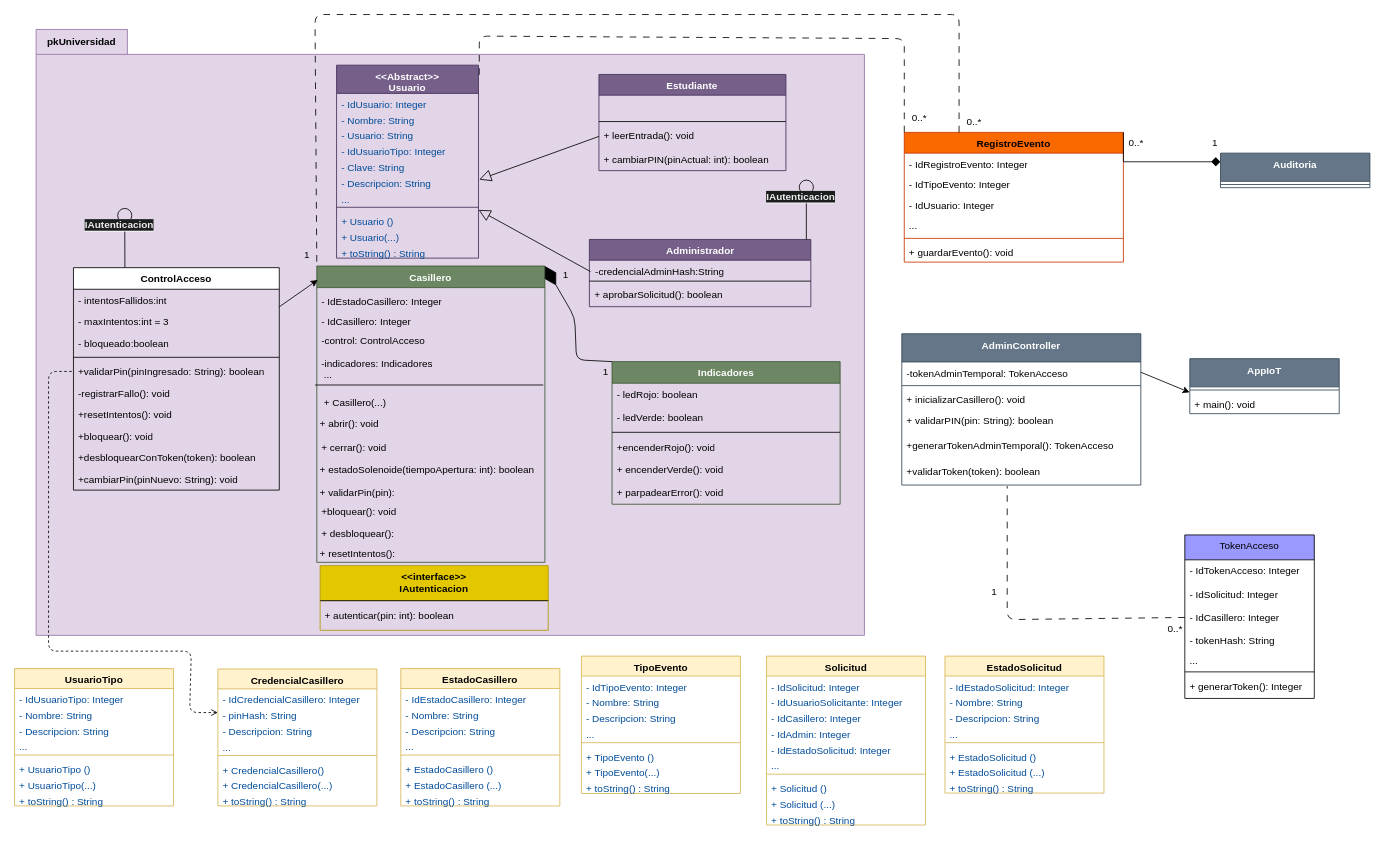
This is Design/02Diagramadeclase.drawio from Anthonio16/casilleroInteligente, a draw.io file, before an edit. Source tidied: cells renumbered, new cells numbered last; positions are measured from the earlier drawing's top-left corner, leaving out a move shared by most shapes. Both pictures are drawn from the tidied source at 83%, with x=0, y=0 at pixel (14, 14).
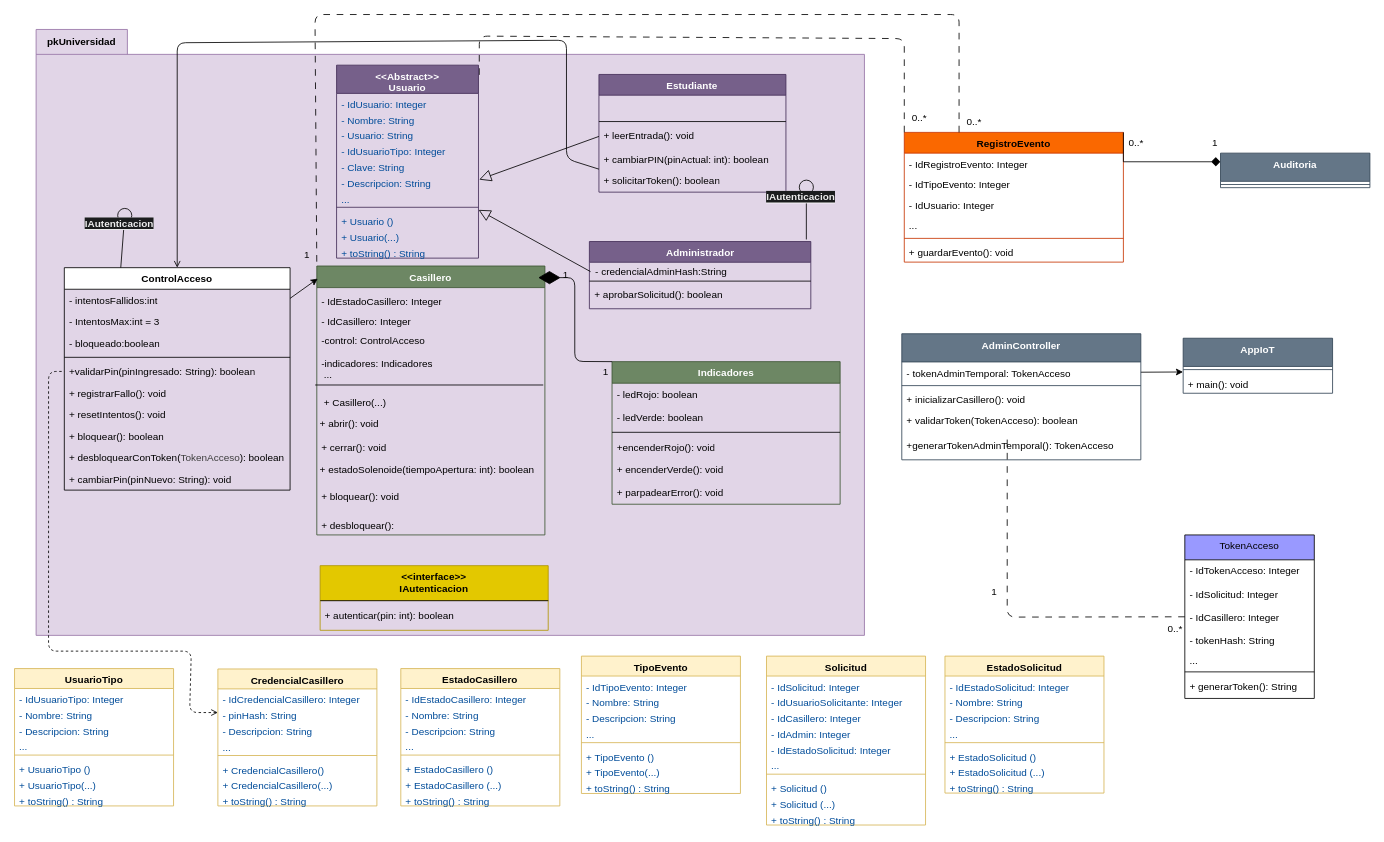
The same diagram, later.

Unchanged cells that the change refers to:
```xml
<mxCell id="22" value="TokenAcceso" style="swimlane;fontStyle=0;align=center;verticalAlign=top;horizontal=1;startSize=30;html=1;whiteSpace=wrap;fillColor=#9999FF;" parent="1" vertex="1">
  <mxGeometry x="1410" y="627" width="156" height="197" as="geometry" />
</mxCell>
<mxCell id="48" value="Indicadores" style="swimlane;fontStyle=1;align=center;verticalAlign=top;horizontal=1;startSize=26;whiteSpace=wrap;html=1;fillColor=#6d8764;strokeColor=#3A5431;fontColor=#ffffff;" parent="1" vertex="1">
  <mxGeometry x="719.9" y="418.2" width="274.8" height="171.8" as="geometry" />
</mxCell>
```

What changed in the source:
```diff
@@
     <mxCell id="3" value="&lt;div&gt;AppIoT&lt;/div&gt;" style="swimlane;fontStyle=1;align=center;verticalAlign=top;horizontal=1;startSize=34;whiteSpace=wrap;html=1;fillColor=#647687;strokeColor=#314354;fontColor=#ffffff;" parent="1" vertex="1">
-      <mxGeometry x="1416" y="414.6" width="180" height="66.3" as="geometry" />
+      <mxGeometry x="1408" y="390" width="180" height="66.3" as="geometry" />
     </mxCell>
@@
     <mxCell id="15" value="&lt;div&gt;AdminController&lt;/div&gt;" style="swimlane;fontStyle=1;align=center;verticalAlign=top;horizontal=1;startSize=34;whiteSpace=wrap;html=1;fillColor=#647687;strokeColor=#314354;fontColor=#ffffff;" parent="1" vertex="1">
-      <mxGeometry x="1069" y="384.6" width="288" height="182.3" as="geometry" />
+      <mxGeometry x="1069" y="384.6" width="288" height="151.9" as="geometry" />
     </mxCell>
-    <mxCell id="16" value="-tokenAdminTemporal: TokenAcceso" style="text;strokeColor=none;fillColor=none;align=left;verticalAlign=top;spacingLeft=4;spacingRight=4;overflow=hidden;points=[[0,0.5],[1,0.5]];portConstraint=eastwest;whiteSpace=wrap;html=1;" parent="15" vertex="1">
+    <mxCell id="16" value="- tokenAdminTemporal: TokenAcceso" style="text;strokeColor=none;fillColor=none;align=left;verticalAlign=top;spacingLeft=4;spacingRight=4;overflow=hidden;points=[[0,0.5],[1,0.5]];portConstraint=eastwest;whiteSpace=wrap;html=1;" parent="15" vertex="1">
       <mxGeometry y="34" width="288" height="24.7" as="geometry" />
     </mxCell>
@@
-    <mxCell id="19" value="+ validarPIN(pin: String): boolean" style="text;strokeColor=none;fillColor=none;align=left;verticalAlign=top;spacingLeft=4;spacingRight=4;overflow=hidden;whiteSpace=wrap;html=1;" parent="15" vertex="1">
-      <mxGeometry y="91.1" width="288" height="30.4" as="geometry" />
-    </mxCell>
+    <mxCell id="21" value="+ validarToken(TokenAcceso): boolean" style="text;strokeColor=none;fillColor=none;align=left;verticalAlign=top;spacingLeft=4;spacingRight=4;overflow=hidden;points=[[0,0.5],[1,0.5]];portConstraint=eastwest;whiteSpace=wrap;html=1;" parent="15" vertex="1">
+      <mxGeometry y="91.1" width="288" height="30.4" as="geometry" />
+    </mxCell>
@@
-    <mxCell id="21" value="+validarToken(token): boolean" style="text;strokeColor=none;fillColor=none;align=left;verticalAlign=top;spacingLeft=4;spacingRight=4;overflow=hidden;points=[[0,0.5],[1,0.5]];portConstraint=eastwest;whiteSpace=wrap;html=1;" parent="15" vertex="1">
-      <mxGeometry y="151.9" width="288" height="30.4" as="geometry" />
-    </mxCell>
@@
-    <mxCell id="29" value="+ generarToken(): Integer" style="text;html=1;strokeColor=none;fillColor=none;align=left;verticalAlign=middle;spacingLeft=4;spacingRight=4;overflow=hidden;whiteSpace=wrap;" parent="22" vertex="1">
+    <mxCell id="29" value="+ generarToken(): String" style="text;html=1;strokeColor=none;fillColor=none;align=left;verticalAlign=middle;spacingLeft=4;spacingRight=4;overflow=hidden;whiteSpace=wrap;" parent="22" vertex="1">
       <mxGeometry y="169" width="156" height="28" as="geometry" />
     </mxCell>
     <mxCell id="30" style="edgeStyle=none;html=1;entryX=0.441;entryY=1.043;entryDx=0;entryDy=0;entryPerimeter=0;dashed=1;dashPattern=8 8;endArrow=none;endFill=0;" parent="1" edge="1" source="22" target="21">
       <mxGeometry relative="1" as="geometry">
         <Array as="points">
-          <mxPoint x="1196" y="729" />
+          <mxPoint x="1196" y="726" />
         </Array>
       </mxGeometry>
     </mxCell>
     <mxCell id="31" value="ControlAcceso" style="swimlane;fontStyle=1;align=center;verticalAlign=top;horizontal=1;startSize=26;whiteSpace=wrap;html=1;" parent="1" vertex="1">
-      <mxGeometry x="71" y="305" width="248" height="268" as="geometry" />
+      <mxGeometry x="60" y="305" width="272" height="268" as="geometry" />
     </mxCell>
     <mxCell id="32" value="- intentosFallidos:int" style="text;strokeColor=none;fillColor=none;align=left;verticalAlign=top;spacingLeft=4;spacingRight=4;overflow=hidden;whiteSpace=wrap;html=1;" parent="31" vertex="1">
-      <mxGeometry y="26" width="248" height="26" as="geometry" />
+      <mxGeometry y="26" width="272" height="26" as="geometry" />
     </mxCell>
-    <mxCell id="33" value="- maxIntentos:int = 3" style="text;strokeColor=none;fillColor=none;align=left;verticalAlign=top;spacingLeft=4;spacingRight=4;overflow=hidden;whiteSpace=wrap;html=1;" parent="31" vertex="1">
-      <mxGeometry y="52" width="248" height="26" as="geometry" />
+    <mxCell id="33" value="- IntentosMax:int = 3" style="text;strokeColor=none;fillColor=none;align=left;verticalAlign=top;spacingLeft=4;spacingRight=4;overflow=hidden;whiteSpace=wrap;html=1;" parent="31" vertex="1">
+      <mxGeometry y="52" width="272" height="26" as="geometry" />
     </mxCell>
     <mxCell id="34" value="- bloqueado:boolean" style="text;strokeColor=none;fillColor=none;align=left;verticalAlign=top;spacingLeft=4;spacingRight=4;overflow=hidden;whiteSpace=wrap;html=1;" parent="31" vertex="1">
-      <mxGeometry y="78" width="248" height="26" as="geometry" />
+      <mxGeometry y="78" width="272" height="26" as="geometry" />
     </mxCell>
     <mxCell id="35" style="line;strokeWidth=1;fillColor=none;align=left;verticalAlign=middle;spacingTop=-1;spacingLeft=3;spacingRight=3;labelPosition=right;strokeColor=inherit;" parent="31" vertex="1">
-      <mxGeometry y="104" width="248" height="8" as="geometry" />
+      <mxGeometry y="104" width="272" height="8" as="geometry" />
     </mxCell>
     <mxCell id="36" value="+validarPin(pinIngresado: String): boolean" style="text;strokeColor=none;fillColor=none;align=left;verticalAlign=top;spacingLeft=4;spacingRight=4;overflow=hidden;points=[[0,0.5],[1,0.5]];portConstraint=eastwest;whiteSpace=wrap;html=1;" parent="31" vertex="1">
-      <mxGeometry y="112" width="248" height="26" as="geometry" />
+      <mxGeometry y="112" width="272" height="26" as="geometry" />
     </mxCell>
-    <mxCell id="37" value="-registrarFallo(): void" style="text;strokeColor=none;fillColor=none;align=left;verticalAlign=top;spacingLeft=4;spacingRight=4;overflow=hidden;whiteSpace=wrap;html=1;" parent="31" vertex="1">
-      <mxGeometry y="138" width="248" height="26" as="geometry" />
+    <mxCell id="37" value="+ registrarFallo(): void" style="text;strokeColor=none;fillColor=none;align=left;verticalAlign=top;spacingLeft=4;spacingRight=4;overflow=hidden;whiteSpace=wrap;html=1;" parent="31" vertex="1">
+      <mxGeometry y="138" width="272" height="26" as="geometry" />
     </mxCell>
-    <mxCell id="38" value="+resetIntentos(): void" style="text;strokeColor=none;fillColor=none;align=left;verticalAlign=top;spacingLeft=4;spacingRight=4;overflow=hidden;whiteSpace=wrap;html=1;" parent="31" vertex="1">
-      <mxGeometry y="164" width="248" height="26" as="geometry" />
+    <mxCell id="38" value="+ resetIntentos(): void" style="text;strokeColor=none;fillColor=none;align=left;verticalAlign=top;spacingLeft=4;spacingRight=4;overflow=hidden;whiteSpace=wrap;html=1;" parent="31" vertex="1">
+      <mxGeometry y="164" width="272" height="26" as="geometry" />
     </mxCell>
-    <mxCell id="39" value="+bloquear(): void" style="text;strokeColor=none;fillColor=none;align=left;verticalAlign=top;spacingLeft=4;spacingRight=4;overflow=hidden;whiteSpace=wrap;html=1;" parent="31" vertex="1">
-      <mxGeometry y="190" width="248" height="26" as="geometry" />
+    <mxCell id="39" value="+ bloquear(): boolean" style="text;strokeColor=none;fillColor=none;align=left;verticalAlign=top;spacingLeft=4;spacingRight=4;overflow=hidden;whiteSpace=wrap;html=1;" parent="31" vertex="1">
+      <mxGeometry y="190" width="272" height="26" as="geometry" />
     </mxCell>
-    <mxCell id="40" value="+desbloquearConToken(token): boolean" style="text;strokeColor=none;fillColor=none;align=left;verticalAlign=top;spacingLeft=4;spacingRight=4;overflow=hidden;whiteSpace=wrap;html=1;" parent="31" vertex="1">
-      <mxGeometry y="216" width="248" height="26" as="geometry" />
+    <mxCell id="40" value="+ desbloquearConToken(&lt;span style=&quot;color: rgb(63, 63, 63); text-align: center;&quot;&gt;TokenAcceso&lt;/span&gt;): boolean" style="text;strokeColor=none;fillColor=none;align=left;verticalAlign=top;spacingLeft=4;spacingRight=4;overflow=hidden;whiteSpace=wrap;html=1;" parent="31" vertex="1">
+      <mxGeometry y="216" width="272" height="26" as="geometry" />
     </mxCell>
-    <mxCell id="41" value="+cambiarPin(pinNuevo: String): void" style="text;strokeColor=none;fillColor=none;align=left;verticalAlign=top;spacingLeft=4;spacingRight=4;overflow=hidden;whiteSpace=wrap;html=1;" parent="31" vertex="1">
-      <mxGeometry y="242" width="248" height="26" as="geometry" />
+    <mxCell id="41" value="+ cambiarPin(pinNuevo: String): void" style="text;strokeColor=none;fillColor=none;align=left;verticalAlign=top;spacingLeft=4;spacingRight=4;overflow=hidden;whiteSpace=wrap;html=1;" parent="31" vertex="1">
+      <mxGeometry y="242" width="272" height="26" as="geometry" />
     </mxCell>
     <mxCell id="42" style="html=1;strokeColor=none;fillColor=none;whiteSpace=wrap;" parent="1" vertex="1">
-      <mxGeometry x="509" y="169.2" width="730" height="420.8" as="geometry">
+      <mxGeometry x="440" y="178" width="730" height="420.8" as="geometry">
         <mxPoint y="30" as="offset" />
       </mxGeometry>
     </mxCell>
     <mxCell id="43" value="Estudiante&lt;div&gt;&lt;br&gt;&lt;/div&gt;" style="swimlane;fontStyle=1;align=center;verticalAlign=top;horizontal=1;startSize=25;whiteSpace=wrap;html=1;fillColor=#76608a;strokeColor=#432D57;fontColor=#ffffff;" parent="1" vertex="1">
-      <mxGeometry x="704.1" y="72.2" width="225.3" height="115.9" as="geometry" />
+      <mxGeometry x="704.1" y="72.2" width="225.3" height="141.8" as="geometry" />
     </mxCell>
     <mxCell id="44" value="&lt;div&gt;Administrador&lt;/div&gt;" style="swimlane;fontStyle=1;align=center;verticalAlign=top;horizontal=1;startSize=25;whiteSpace=wrap;html=1;fillColor=#76608a;strokeColor=#432D57;fontColor=#ffffff;" parent="1" vertex="1">
-      <mxGeometry x="692.6" y="271" width="266.8" height="81" as="geometry" />
+      <mxGeometry x="692.6" y="273.5" width="266.8" height="81" as="geometry" />
     </mxCell>
@@
     <mxCell id="47" value="&lt;div&gt;Casillero&lt;/div&gt;" style="swimlane;fontStyle=1;align=center;verticalAlign=top;horizontal=1;startSize=26;whiteSpace=wrap;html=1;fillColor=#6d8764;strokeColor=#3A5431;fontColor=#ffffff;" parent="1" vertex="1">
-      <mxGeometry x="364.2" y="303" width="274.8" height="357" as="geometry" />
+      <mxGeometry x="364.2" y="303" width="274.8" height="324" as="geometry" />
     </mxCell>
@@
+    <mxCell id="166" style="edgeStyle=none;html=1;exitX=0;exitY=0.5;exitDx=0;exitDy=0;entryX=0.5;entryY=0;entryDx=0;entryDy=0;endArrow=open;endFill=0;" parent="1" edge="1" source="53" target="31">
+      <mxGeometry relative="1" as="geometry">
+        <Array as="points">
+          <mxPoint x="665" y="174" />
+          <mxPoint x="665" y="31" />
+          <mxPoint x="196" y="34" />
+        </Array>
+      </mxGeometry>
+    </mxCell>
     <mxCell id="53" value="+ cambiarPIN(pinActual: int): boolean" style="text;strokeColor=none;fillColor=none;align=left;verticalAlign=top;spacingLeft=4;spacingRight=4;overflow=hidden;points=[[0,0.5],[1,0.5]];portConstraint=eastwest;whiteSpace=wrap;html=1;" parent="1" vertex="1">
-      <mxGeometry x="704.1" y="160.6" width="225.3" height="27.5" as="geometry" />
+      <mxGeometry x="704.1" y="160.6" width="225.3" height="51.4" as="geometry" />
     </mxCell>
-    <mxCell id="54" value="-credencialAdminHash:String" style="text;strokeColor=none;fillColor=none;align=left;verticalAlign=top;spacingLeft=4;spacingRight=4;overflow=hidden;points=[[0,0.5],[1,0.5]];portConstraint=eastwest;whiteSpace=wrap;html=1;" parent="1" vertex="1">
+    <mxCell id="54" value="- credencialAdminHash:String" style="text;strokeColor=none;fillColor=none;align=left;verticalAlign=top;spacingLeft=4;spacingRight=4;overflow=hidden;points=[[0,0.5],[1,0.5]];portConstraint=eastwest;whiteSpace=wrap;html=1;" parent="1" vertex="1">
       <mxGeometry x="694" y="296" width="266.8" height="27.5" as="geometry" />
     </mxCell>
@@
-    <mxCell id="62" value="+ validarPin(pin):&lt;div&gt;&lt;br&gt;&lt;/div&gt;" style="text;strokeColor=none;fillColor=none;align=left;verticalAlign=top;spacingLeft=4;spacingRight=4;overflow=hidden;whiteSpace=wrap;html=1;" parent="1" vertex="1">
-      <mxGeometry x="362.2" y="562.5" width="274.8" height="27.5" as="geometry" />
-    </mxCell>
-    <mxCell id="63" value="&lt;div&gt;+bloquear(): void&lt;/div&gt;&lt;div&gt;&lt;br&gt;&lt;/div&gt;" style="text;strokeColor=none;fillColor=none;align=left;verticalAlign=top;spacingLeft=4;spacingRight=4;overflow=hidden;whiteSpace=wrap;html=1;" parent="1" vertex="1">
-      <mxGeometry x="364.2" y="584.5" width="274.8" height="27.5" as="geometry" />
+    <mxCell id="63" value="&lt;div&gt;+ bloquear(): void&lt;/div&gt;&lt;div&gt;&lt;br&gt;&lt;/div&gt;" style="text;strokeColor=none;fillColor=none;align=left;verticalAlign=top;spacingLeft=4;spacingRight=4;overflow=hidden;whiteSpace=wrap;html=1;" parent="1" vertex="1">
+      <mxGeometry x="364.2" y="567" width="274.8" height="27.5" as="geometry" />
     </mxCell>
     <mxCell id="64" value="+ desbloquear():&lt;div&gt;&lt;br&gt;&lt;/div&gt;" style="text;strokeColor=none;fillColor=none;align=left;verticalAlign=top;spacingLeft=4;spacingRight=4;overflow=hidden;whiteSpace=wrap;html=1;" parent="1" vertex="1">
-      <mxGeometry x="364.2" y="612" width="274.8" height="27.5" as="geometry" />
+      <mxGeometry x="364.2" y="602" width="274.8" height="27.5" as="geometry" />
     </mxCell>
-    <mxCell id="65" value="+ resetIntentos():&lt;div&gt;&lt;br&gt;&lt;/div&gt;" style="text;strokeColor=none;fillColor=none;align=left;verticalAlign=top;spacingLeft=4;spacingRight=4;overflow=hidden;whiteSpace=wrap;html=1;" parent="1" vertex="1">
-      <mxGeometry x="362.2" y="636.4" width="274.8" height="23.6" as="geometry" />
-    </mxCell>
@@
-    <mxCell id="76" style="endArrow=diamondThin;endFill=1;endSize=24;html=1;exitX=0;exitY=0;exitDx=0;exitDy=0;entryX=1;entryY=0;entryDx=0;entryDy=0;" parent="1" edge="1" source="48" target="47">
+    <mxCell id="76" style="endArrow=diamondThin;endFill=1;endSize=24;html=1;exitX=0;exitY=0;exitDx=0;exitDy=0;" parent="1" edge="1" source="48">
       <mxGeometry relative="1" as="geometry">
+        <mxPoint x="631" y="317" as="targetPoint" />
         <Array as="points">
-          <mxPoint x="677" y="416" />
-          <mxPoint x="675" y="365" />
+          <mxPoint x="675" y="418" />
+          <mxPoint x="675" y="317" />
         </Array>
       </mxGeometry>
     </mxCell>
@@
+    <mxCell id="167" value="+ solicitarToken(): boolean" style="text;strokeColor=none;fillColor=none;align=left;verticalAlign=top;spacingLeft=4;spacingRight=4;overflow=hidden;whiteSpace=wrap;html=1;" parent="1" vertex="1">
+      <mxGeometry x="704.1" y="186.5" width="225.3" height="27.5" as="geometry" />
+    </mxCell>
```
